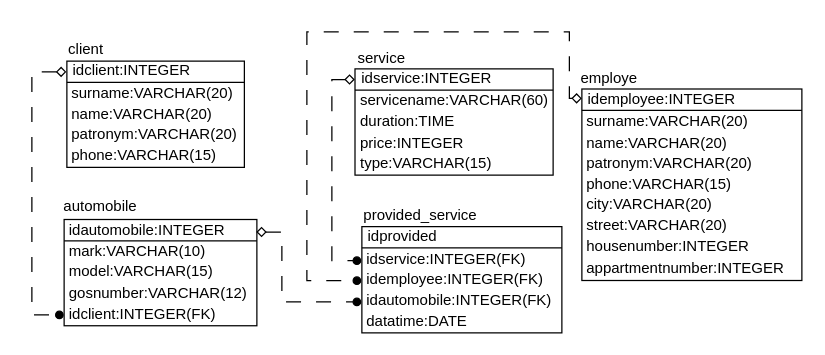
Earlier version of the draw.io diagram Physic.drawio (Mejioy/SUBD). Source tidied: cells renumbered, new cells numbered last; positions are measured from the earlier drawing's top-left corner, leaving out a move shared by most shapes. Both pictures are drawn from the tidied source at 125%, with x=0, y=0 at pixel (31, 31). Pictures stored in the file or linked from it are replaced by grey dashed boxes.
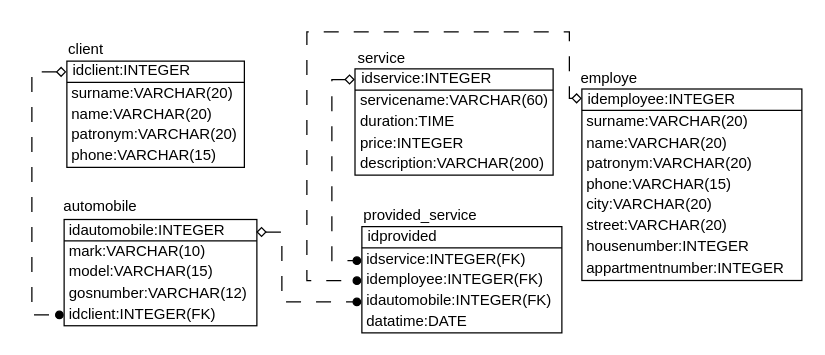
After the change.

What changed in the source:
```diff
@@
-    <mxCell id="41" value="type:VARCHAR(15)" style="text;html=1;strokeColor=none;fillColor=none;align=left;verticalAlign=middle;whiteSpace=wrap;rounded=0;" parent="1" vertex="1">
+    <mxCell id="41" value="description:VARCHAR(200)" style="text;html=1;strokeColor=none;fillColor=none;align=left;verticalAlign=middle;whiteSpace=wrap;rounded=0;" parent="1" vertex="1">
       <mxGeometry x="260.5" y="96.9" width="116.5" height="16.8" as="geometry" />
     </mxCell>
```
